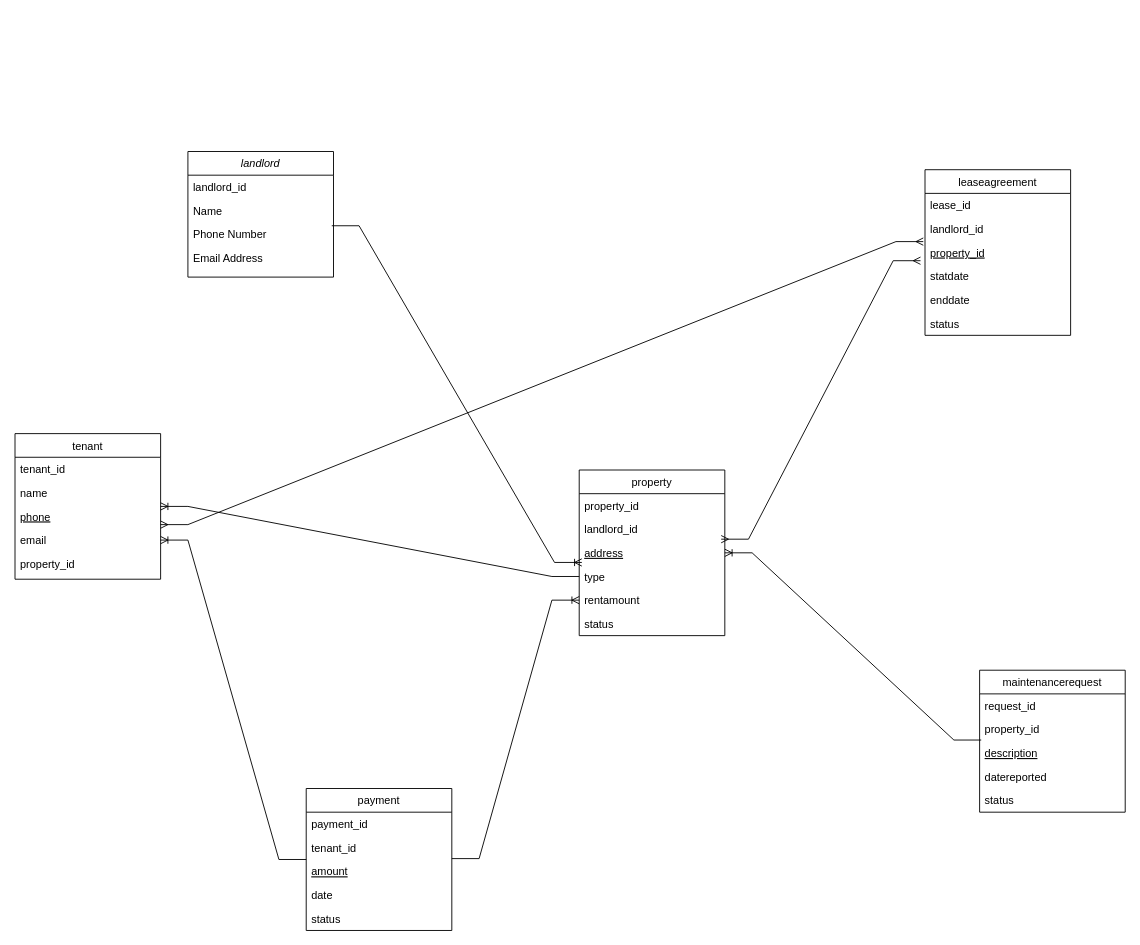
Earlier version of the draw.io diagram ERD diagram/PropTrackr ERD Diagram.drawio (MykeShale/PropTrackr-Property-Management-System). Source tidied: cells renumbered, new cells numbered last; positions are measured from the earlier drawing's top-left corner, leaving out a move shared by most shapes. Both pictures are drawn from the tidied source at 91%, with x=0, y=0 at pixel (15, 151).
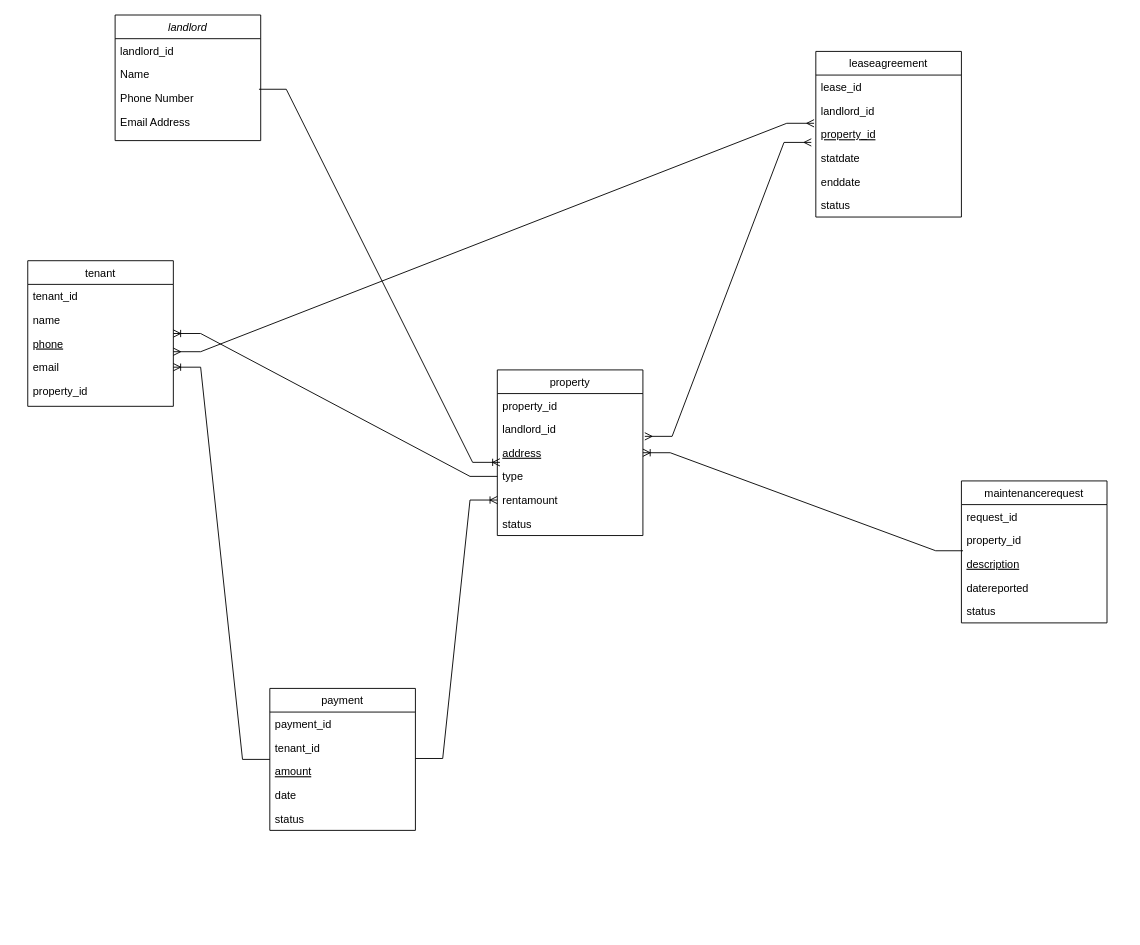
Above is the later version.

Commit message (it also covers changes not shown here):
Update ERD diagram and associated files

Unchanged cells that the change refers to:
```xml
<mxCell id="10" value="address" style="text;align=left;verticalAlign=top;spacingLeft=4;spacingRight=4;overflow=hidden;points=[[0,0.5],[1,0.5]];portConstraint=eastwest;fontStyle=4;" parent="7" vertex="1">
  <mxGeometry y="78" width="160" height="26" as="geometry" />
</mxCell>
<mxCell id="24" value="statdate" style="text;align=left;verticalAlign=top;spacingLeft=4;spacingRight=4;overflow=hidden;points=[[0,0.5],[1,0.5]];portConstraint=eastwest;" parent="20" vertex="1">
  <mxGeometry y="104" width="160" height="26" as="geometry" />
</mxCell>
```

The edit, as a diff of the source:
```diff
@@
     <mxCell id="2" value="landlord" style="swimlane;fontStyle=2;align=center;verticalAlign=top;horizontal=1;startSize=26;rounded=0;shadow=0;strokeWidth=1;" parent="1" vertex="1">
-      <mxGeometry x="190" width="160" height="138" as="geometry" />
+      <mxGeometry x="110" y="-150" width="160" height="138" as="geometry" />
     </mxCell>
@@
     <mxCell id="7" value="property" style="swimlane;fontStyle=0;align=center;verticalAlign=top;horizontal=1;startSize=26;rounded=0;shadow=0;strokeWidth=1;" parent="1" vertex="1">
-      <mxGeometry x="620" y="350" width="160" height="182" as="geometry" />
+      <mxGeometry x="530" y="240" width="160" height="182" as="geometry" />
     </mxCell>
@@
     <mxCell id="14" value="tenant" style="swimlane;fontStyle=0;align=center;verticalAlign=top;horizontal=1;startSize=26;rounded=0;shadow=0;strokeWidth=1;" parent="1" vertex="1">
-      <mxGeometry y="310" width="160" height="160" as="geometry" />
+      <mxGeometry x="14" y="120" width="160" height="160" as="geometry" />
     </mxCell>
@@
     <mxCell id="20" value="leaseagreement" style="swimlane;fontStyle=0;align=center;verticalAlign=top;horizontal=1;startSize=26;rounded=0;shadow=0;strokeWidth=1;" parent="1" vertex="1">
-      <mxGeometry x="1000" y="20" width="160" height="182" as="geometry" />
+      <mxGeometry x="880" y="-110" width="160" height="182" as="geometry" />
     </mxCell>
@@
     <mxCell id="27" value="payment" style="swimlane;fontStyle=0;align=center;verticalAlign=top;horizontal=1;startSize=26;rounded=0;shadow=0;strokeWidth=1;" parent="1" vertex="1">
-      <mxGeometry x="320" y="700" width="160" height="156" as="geometry" />
+      <mxGeometry x="280" y="590" width="160" height="156" as="geometry" />
     </mxCell>
@@
     <mxCell id="33" value="maintenancerequest" style="swimlane;fontStyle=0;align=center;verticalAlign=top;horizontal=1;startSize=26;rounded=0;shadow=0;strokeWidth=1;" parent="1" vertex="1">
-      <mxGeometry x="1060" y="570" width="160" height="156" as="geometry" />
+      <mxGeometry x="1040" y="362" width="160" height="156" as="geometry" />
     </mxCell>
@@
-    <mxCell id="42" style="edgeStyle=entityRelationEdgeStyle;fontSize=12;html=1;endArrow=ERmany;startArrow=ERmany;rounded=0;entryX=0.975;entryY=-0.077;entryDx=0;entryDy=0;entryPerimeter=0;exitX=-0.031;exitY=-0.154;exitDx=0;exitDy=0;exitPerimeter=0;" parent="1" edge="1" source="24" target="10">
+    <mxCell id="42" style="edgeStyle=entityRelationEdgeStyle;fontSize=12;html=1;endArrow=ERmany;startArrow=ERmany;rounded=0;entryX=1.013;entryY=-0.192;entryDx=0;entryDy=0;entryPerimeter=0;exitX=-0.031;exitY=-0.154;exitDx=0;exitDy=0;exitPerimeter=0;" parent="1" edge="1" source="24" target="10">
       <mxGeometry relative="1" as="geometry" />
     </mxCell>
```
